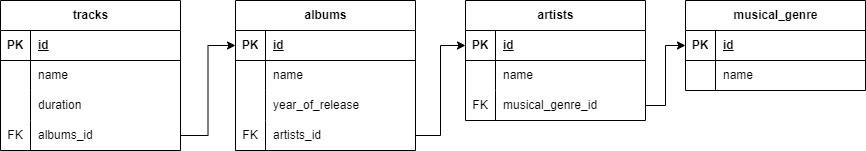
Before: Scheme_DB.drawio.png, a diagram exported from draw.io (AlGeNSoK/Scheme-DB). Source tidied: cells renumbered, new cells last; positions are measured from the earlier drawing's top-left corner, leaving out a move shared by most shapes.
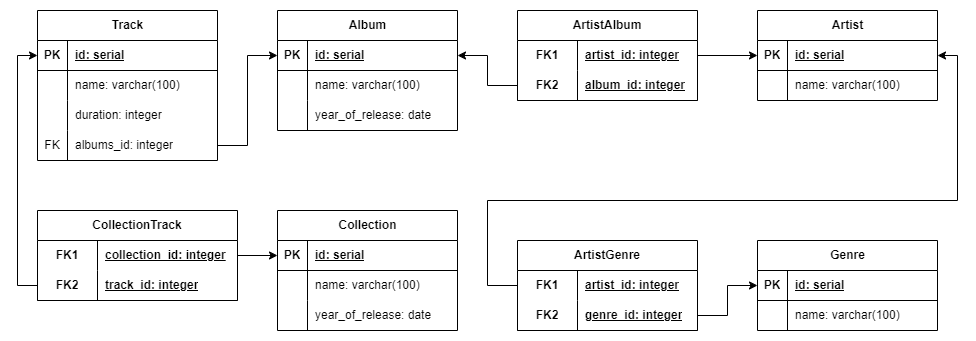
The same diagram one commit later.

Commit message:
Update scheme DB. Add sql script.

Diff of the diagram source:
```diff
@@ -4,4 +4,4 @@
     <mxCell id="1" parent="0" />
-    <mxCell id="2" value="musical_genre" style="shape=table;startSize=30;rowLines=0;fontStyle=1;align=center;html=1;" parent="1" vertex="1">
-      <mxGeometry x="685" width="180" height="90" as="geometry" />
+    <mxCell id="2" value="Genre" style="shape=table;startSize=30;rowLines=0;fontStyle=1;align=center;html=1;" parent="1" vertex="1">
+      <mxGeometry x="670" y="230" width="180" height="90" as="geometry" />
     </mxCell>
@@ -13,3 +13,3 @@
     </mxCell>
-    <mxCell id="5" value="id" style="shape=partialRectangle;fillColor=none;top=0;left=0;bottom=0;right=0;align=left;spacingLeft=6;fontStyle=5;overflow=hidden;whiteSpace=wrap;html=1;" parent="3" vertex="1">
+    <mxCell id="5" value="id: serial" style="shape=partialRectangle;fillColor=none;top=0;left=0;bottom=0;right=0;align=left;spacingLeft=6;fontStyle=5;overflow=hidden;whiteSpace=wrap;html=1;" parent="3" vertex="1">
       <mxGeometry x="30" width="150" height="30" as="geometry" />
@@ -22,7 +22,7 @@
     </mxCell>
-    <mxCell id="8" value="name" style="shape=partialRectangle;fillColor=none;top=0;left=0;bottom=0;right=0;align=left;spacingLeft=6;overflow=hidden;whiteSpace=wrap;html=1;" parent="6" vertex="1">
+    <mxCell id="8" value="name: varchar(100)" style="shape=partialRectangle;fillColor=none;top=0;left=0;bottom=0;right=0;align=left;spacingLeft=6;overflow=hidden;whiteSpace=wrap;html=1;" parent="6" vertex="1">
       <mxGeometry x="30" width="150" height="30" as="geometry" />
     </mxCell>
-    <mxCell id="9" value="artists" style="shape=table;startSize=30;rowLines=0;fontStyle=1;align=center;html=1;" parent="1" vertex="1">
-      <mxGeometry x="465" width="180" height="120" as="geometry" />
+    <mxCell id="9" value="Artist" style="shape=table;startSize=30;rowLines=0;fontStyle=1;align=center;html=1;" parent="1" vertex="1">
+      <mxGeometry x="670" width="180" height="90" as="geometry" />
     </mxCell>
@@ -34,3 +34,3 @@
     </mxCell>
-    <mxCell id="12" value="id" style="shape=partialRectangle;fillColor=none;top=0;left=0;bottom=0;right=0;align=left;spacingLeft=6;fontStyle=5;overflow=hidden;whiteSpace=wrap;html=1;" parent="10" vertex="1">
+    <mxCell id="12" value="id: serial" style="shape=partialRectangle;fillColor=none;top=0;left=0;bottom=0;right=0;align=left;spacingLeft=6;fontStyle=5;overflow=hidden;whiteSpace=wrap;html=1;" parent="10" vertex="1">
       <mxGeometry x="30" width="150" height="30" as="geometry" />
@@ -43,16 +43,7 @@
     </mxCell>
-    <mxCell id="15" value="name" style="shape=partialRectangle;fillColor=none;top=0;left=0;bottom=0;right=0;align=left;spacingLeft=6;overflow=hidden;whiteSpace=wrap;html=1;" parent="13" vertex="1">
+    <mxCell id="15" value="name: varchar(100)" style="shape=partialRectangle;fillColor=none;top=0;left=0;bottom=0;right=0;align=left;spacingLeft=6;overflow=hidden;whiteSpace=wrap;html=1;" parent="13" vertex="1">
       <mxGeometry x="30" width="150" height="30" as="geometry" />
     </mxCell>
-    <mxCell id="16" style="shape=tableRow;horizontal=0;startSize=0;swimlaneHead=0;swimlaneBody=0;fillColor=none;points=[[0,0.5],[1,0.5]];portConstraint=eastwest;top=0;left=0;right=0;bottom=0;" parent="9" vertex="1">
-      <mxGeometry y="90" width="180" height="30" as="geometry" />
-    </mxCell>
-    <mxCell id="17" value="FK" style="shape=partialRectangle;fillColor=none;top=0;left=0;bottom=0;right=0;overflow=hidden;whiteSpace=wrap;html=1;" parent="16" vertex="1">
-      <mxGeometry width="30" height="30" as="geometry" />
-    </mxCell>
-    <mxCell id="18" value="musical_genre_id" style="shape=partialRectangle;fillColor=none;top=0;left=0;bottom=0;right=0;align=left;spacingLeft=6;overflow=hidden;whiteSpace=wrap;html=1;" parent="16" vertex="1">
-      <mxGeometry x="30" width="150" height="30" as="geometry" />
-    </mxCell>
-    <mxCell id="19" value="tracks" style="shape=table;startSize=30;rowLines=0;fontStyle=1;align=center;html=1;" parent="1" vertex="1">
-      <mxGeometry width="180" height="150" as="geometry" />
+    <mxCell id="19" value="Track" style="shape=table;startSize=30;rowLines=0;fontStyle=1;align=center;html=1;" parent="1" vertex="1">
+      <mxGeometry x="-50" width="180" height="150" as="geometry" />
     </mxCell>
@@ -64,3 +55,3 @@
     </mxCell>
-    <mxCell id="22" value="id" style="shape=partialRectangle;fillColor=none;top=0;left=0;bottom=0;right=0;align=left;spacingLeft=6;fontStyle=5;overflow=hidden;whiteSpace=wrap;html=1;" parent="20" vertex="1">
+    <mxCell id="22" value="id: serial" style="shape=partialRectangle;fillColor=none;top=0;left=0;bottom=0;right=0;align=left;spacingLeft=6;fontStyle=5;overflow=hidden;whiteSpace=wrap;html=1;" parent="20" vertex="1">
       <mxGeometry x="30" width="150" height="30" as="geometry" />
@@ -73,3 +64,3 @@
     </mxCell>
-    <mxCell id="25" value="name" style="shape=partialRectangle;fillColor=none;top=0;left=0;bottom=0;right=0;align=left;spacingLeft=6;overflow=hidden;whiteSpace=wrap;html=1;" parent="23" vertex="1">
+    <mxCell id="25" value="name: varchar(100)" style="shape=partialRectangle;fillColor=none;top=0;left=0;bottom=0;right=0;align=left;spacingLeft=6;overflow=hidden;whiteSpace=wrap;html=1;" parent="23" vertex="1">
       <mxGeometry x="30" width="150" height="30" as="geometry" />
@@ -82,3 +73,3 @@
     </mxCell>
-    <mxCell id="28" value="duration" style="shape=partialRectangle;fillColor=none;top=0;left=0;bottom=0;right=0;align=left;spacingLeft=6;overflow=hidden;whiteSpace=wrap;html=1;" parent="26" vertex="1">
+    <mxCell id="28" value="duration: integer" style="shape=partialRectangle;fillColor=none;top=0;left=0;bottom=0;right=0;align=left;spacingLeft=6;overflow=hidden;whiteSpace=wrap;html=1;" parent="26" vertex="1">
       <mxGeometry x="30" width="150" height="30" as="geometry" />
@@ -91,7 +82,7 @@
     </mxCell>
-    <mxCell id="31" value="albums_id" style="shape=partialRectangle;fillColor=none;top=0;left=0;bottom=0;right=0;align=left;spacingLeft=6;overflow=hidden;whiteSpace=wrap;html=1;" parent="29" vertex="1">
+    <mxCell id="31" value="albums_id: integer" style="shape=partialRectangle;fillColor=none;top=0;left=0;bottom=0;right=0;align=left;spacingLeft=6;overflow=hidden;whiteSpace=wrap;html=1;" parent="29" vertex="1">
       <mxGeometry x="30" width="150" height="30" as="geometry" />
     </mxCell>
-    <mxCell id="32" value="albums" style="shape=table;startSize=30;rowLines=0;fontStyle=1;align=center;html=1;" parent="1" vertex="1">
-      <mxGeometry x="235" width="180" height="150" as="geometry" />
+    <mxCell id="32" value="Album" style="shape=table;startSize=30;rowLines=0;fontStyle=1;align=center;html=1;" parent="1" vertex="1">
+      <mxGeometry x="190" width="180" height="120" as="geometry" />
     </mxCell>
@@ -103,3 +94,3 @@
     </mxCell>
-    <mxCell id="35" value="id" style="shape=partialRectangle;fillColor=none;top=0;left=0;bottom=0;right=0;align=left;spacingLeft=6;fontStyle=5;overflow=hidden;whiteSpace=wrap;html=1;" parent="33" vertex="1">
+    <mxCell id="35" value="id: serial" style="shape=partialRectangle;fillColor=none;top=0;left=0;bottom=0;right=0;align=left;spacingLeft=6;fontStyle=5;overflow=hidden;whiteSpace=wrap;html=1;" parent="33" vertex="1">
       <mxGeometry x="30" width="150" height="30" as="geometry" />
@@ -112,3 +103,3 @@
     </mxCell>
-    <mxCell id="38" value="name" style="shape=partialRectangle;fillColor=none;top=0;left=0;bottom=0;right=0;align=left;spacingLeft=6;overflow=hidden;whiteSpace=wrap;html=1;" parent="36" vertex="1">
+    <mxCell id="38" value="name: varchar(100)" style="shape=partialRectangle;fillColor=none;top=0;left=0;bottom=0;right=0;align=left;spacingLeft=6;overflow=hidden;whiteSpace=wrap;html=1;" parent="36" vertex="1">
       <mxGeometry x="30" width="150" height="30" as="geometry" />
@@ -121,20 +112,5 @@
     </mxCell>
-    <mxCell id="41" value="year_of_release" style="shape=partialRectangle;fillColor=none;top=0;left=0;bottom=0;right=0;align=left;spacingLeft=6;overflow=hidden;whiteSpace=wrap;html=1;" parent="39" vertex="1">
+    <mxCell id="41" value="year_of_release: date" style="shape=partialRectangle;fillColor=none;top=0;left=0;bottom=0;right=0;align=left;spacingLeft=6;overflow=hidden;whiteSpace=wrap;html=1;" parent="39" vertex="1">
       <mxGeometry x="30" width="150" height="30" as="geometry" />
     </mxCell>
-    <mxCell id="42" style="shape=tableRow;horizontal=0;startSize=0;swimlaneHead=0;swimlaneBody=0;fillColor=none;points=[[0,0.5],[1,0.5]];portConstraint=eastwest;top=0;left=0;right=0;bottom=0;" parent="32" vertex="1">
-      <mxGeometry y="120" width="180" height="30" as="geometry" />
-    </mxCell>
-    <mxCell id="43" value="FK" style="shape=partialRectangle;fillColor=none;top=0;left=0;bottom=0;right=0;overflow=hidden;whiteSpace=wrap;html=1;" parent="42" vertex="1">
-      <mxGeometry width="30" height="30" as="geometry" />
-    </mxCell>
-    <mxCell id="44" value="artists_id" style="shape=partialRectangle;fillColor=none;top=0;left=0;bottom=0;right=0;align=left;spacingLeft=6;overflow=hidden;whiteSpace=wrap;html=1;" parent="42" vertex="1">
-      <mxGeometry x="30" width="150" height="30" as="geometry" />
-    </mxCell>
-    <mxCell id="45" style="edgeStyle=orthogonalEdgeStyle;rounded=0;jettySize=auto;html=1;exitX=1;exitY=0.5;exitDx=0;exitDy=0;entryX=0;entryY=0.5;entryDx=0;entryDy=0;" parent="1" edge="1" source="16" target="3">
-      <mxGeometry relative="1" as="geometry" />
-    </mxCell>
-    <mxCell id="46" style="edgeStyle=orthogonalEdgeStyle;rounded=0;jettySize=auto;html=1;exitX=1;exitY=0.5;exitDx=0;exitDy=0;entryX=0;entryY=0.5;entryDx=0;entryDy=0;" parent="1" edge="1" source="42" target="10">
-      <mxGeometry relative="1" as="geometry" />
-    </mxCell>
     <mxCell id="47" style="edgeStyle=orthogonalEdgeStyle;rounded=0;jettySize=auto;html=1;exitX=1;exitY=0.5;exitDx=0;exitDy=0;entryX=0;entryY=0.5;entryDx=0;entryDy=0;" parent="1" edge="1" source="29" target="33">
@@ -142,2 +118,120 @@
     </mxCell>
+    <mxCell id="48" value="ArtistAlbum" style="shape=table;startSize=30;rowLines=0;fontStyle=1;align=center;html=1;whiteSpace=wrap;" parent="1" vertex="1">
+      <mxGeometry x="430" width="180" height="90" as="geometry" />
+    </mxCell>
+    <mxCell id="49" style="shape=tableRow;horizontal=0;startSize=0;swimlaneHead=0;swimlaneBody=0;fillColor=none;points=[[0,0.5],[1,0.5]];portConstraint=eastwest;top=0;left=0;right=0;bottom=0;html=1;" parent="48" vertex="1">
+      <mxGeometry y="30" width="180" height="30" as="geometry" />
+    </mxCell>
+    <mxCell id="50" value="FK1" style="shape=partialRectangle;fillColor=none;top=0;left=0;bottom=0;right=0;fontStyle=1;overflow=hidden;html=1;whiteSpace=wrap;" parent="49" vertex="1">
+      <mxGeometry width="60" height="30" as="geometry" />
+    </mxCell>
+    <mxCell id="51" value="artist_id: integer" style="shape=partialRectangle;fillColor=none;top=0;left=0;bottom=0;right=0;align=left;spacingLeft=6;fontStyle=5;overflow=hidden;html=1;whiteSpace=wrap;" parent="49" vertex="1">
+      <mxGeometry x="60" width="120" height="30" as="geometry" />
+    </mxCell>
+    <mxCell id="52" style="shape=tableRow;horizontal=0;startSize=0;swimlaneHead=0;swimlaneBody=0;fillColor=none;points=[[0,0.5],[1,0.5]];portConstraint=eastwest;top=0;left=0;right=0;bottom=1;html=1;" parent="48" vertex="1">
+      <mxGeometry y="60" width="180" height="30" as="geometry" />
+    </mxCell>
+    <mxCell id="53" value="FK2" style="shape=partialRectangle;fillColor=none;top=0;left=0;bottom=0;right=0;fontStyle=1;overflow=hidden;html=1;whiteSpace=wrap;" parent="52" vertex="1">
+      <mxGeometry width="60" height="30" as="geometry" />
+    </mxCell>
+    <mxCell id="54" value="album_id: integer" style="shape=partialRectangle;fillColor=none;top=0;left=0;bottom=0;right=0;align=left;spacingLeft=6;fontStyle=5;overflow=hidden;html=1;whiteSpace=wrap;" parent="52" vertex="1">
+      <mxGeometry x="60" width="120" height="30" as="geometry" />
+    </mxCell>
+    <mxCell id="55" style="edgeStyle=orthogonalEdgeStyle;rounded=0;jettySize=auto;html=1;exitX=0;exitY=0.5;exitDx=0;exitDy=0;entryX=1;entryY=0.5;entryDx=0;entryDy=0;" parent="1" edge="1" source="52" target="33">
+      <mxGeometry relative="1" as="geometry" />
+    </mxCell>
+    <mxCell id="56" style="edgeStyle=orthogonalEdgeStyle;rounded=0;jettySize=auto;html=1;exitX=1;exitY=0.5;exitDx=0;exitDy=0;entryX=0;entryY=0.5;entryDx=0;entryDy=0;" parent="1" edge="1" source="49" target="10">
+      <mxGeometry relative="1" as="geometry" />
+    </mxCell>
+    <mxCell id="57" value="ArtistGenre" style="shape=table;startSize=30;rowLines=0;fontStyle=1;align=center;html=1;whiteSpace=wrap;" parent="1" vertex="1">
+      <mxGeometry x="430" y="230" width="180" height="90" as="geometry" />
+    </mxCell>
+    <mxCell id="58" style="shape=tableRow;horizontal=0;startSize=0;swimlaneHead=0;swimlaneBody=0;fillColor=none;points=[[0,0.5],[1,0.5]];portConstraint=eastwest;top=0;left=0;right=0;bottom=0;html=1;" parent="57" vertex="1">
+      <mxGeometry y="30" width="180" height="30" as="geometry" />
+    </mxCell>
+    <mxCell id="59" value="FK1" style="shape=partialRectangle;fillColor=none;top=0;left=0;bottom=0;right=0;fontStyle=1;overflow=hidden;html=1;whiteSpace=wrap;" parent="58" vertex="1">
+      <mxGeometry width="60" height="30" as="geometry" />
+    </mxCell>
+    <mxCell id="60" value="artist_id: integer" style="shape=partialRectangle;fillColor=none;top=0;left=0;bottom=0;right=0;align=left;spacingLeft=6;fontStyle=5;overflow=hidden;html=1;whiteSpace=wrap;" parent="58" vertex="1">
+      <mxGeometry x="60" width="120" height="30" as="geometry" />
+    </mxCell>
+    <mxCell id="61" style="shape=tableRow;horizontal=0;startSize=0;swimlaneHead=0;swimlaneBody=0;fillColor=none;points=[[0,0.5],[1,0.5]];portConstraint=eastwest;top=0;left=0;right=0;bottom=1;html=1;" parent="57" vertex="1">
+      <mxGeometry y="60" width="180" height="30" as="geometry" />
+    </mxCell>
+    <mxCell id="62" value="FK2" style="shape=partialRectangle;fillColor=none;top=0;left=0;bottom=0;right=0;fontStyle=1;overflow=hidden;html=1;whiteSpace=wrap;" parent="61" vertex="1">
+      <mxGeometry width="60" height="30" as="geometry" />
+    </mxCell>
+    <mxCell id="63" value="genre_id: integer" style="shape=partialRectangle;fillColor=none;top=0;left=0;bottom=0;right=0;align=left;spacingLeft=6;fontStyle=5;overflow=hidden;html=1;whiteSpace=wrap;" parent="61" vertex="1">
+      <mxGeometry x="60" width="120" height="30" as="geometry" />
+    </mxCell>
+    <mxCell id="64" style="edgeStyle=orthogonalEdgeStyle;rounded=0;jettySize=auto;html=1;exitX=1;exitY=0.5;exitDx=0;exitDy=0;entryX=0;entryY=0.5;entryDx=0;entryDy=0;" parent="1" edge="1" source="61" target="3">
+      <mxGeometry relative="1" as="geometry" />
+    </mxCell>
+    <mxCell id="65" style="edgeStyle=orthogonalEdgeStyle;rounded=0;jettySize=auto;html=1;exitX=0;exitY=0.5;exitDx=0;exitDy=0;entryX=1;entryY=0.5;entryDx=0;entryDy=0;" parent="1" edge="1" source="58" target="10">
+      <mxGeometry relative="1" as="geometry">
+        <Array as="points">
+          <mxPoint x="400" y="275" />
+          <mxPoint x="400" y="190" />
+          <mxPoint x="870" y="190" />
+          <mxPoint x="870" y="45" />
+        </Array>
+      </mxGeometry>
+    </mxCell>
+    <mxCell id="66" value="Collection" style="shape=table;startSize=30;rowLines=0;fontStyle=1;align=center;html=1;" parent="1" vertex="1">
+      <mxGeometry x="190" y="200" width="180" height="120" as="geometry" />
+    </mxCell>
+    <mxCell id="67" style="shape=tableRow;horizontal=0;startSize=0;swimlaneHead=0;swimlaneBody=0;fillColor=none;points=[[0,0.5],[1,0.5]];portConstraint=eastwest;top=0;left=0;right=0;bottom=1;" parent="66" vertex="1">
+      <mxGeometry y="30" width="180" height="30" as="geometry" />
+    </mxCell>
+    <mxCell id="68" value="PK" style="shape=partialRectangle;fillColor=none;top=0;left=0;bottom=0;right=0;fontStyle=1;overflow=hidden;whiteSpace=wrap;html=1;" parent="67" vertex="1">
+      <mxGeometry width="30" height="30" as="geometry" />
+    </mxCell>
+    <mxCell id="69" value="id: serial" style="shape=partialRectangle;fillColor=none;top=0;left=0;bottom=0;right=0;align=left;spacingLeft=6;fontStyle=5;overflow=hidden;whiteSpace=wrap;html=1;" parent="67" vertex="1">
+      <mxGeometry x="30" width="150" height="30" as="geometry" />
+    </mxCell>
+    <mxCell id="70" style="shape=tableRow;horizontal=0;startSize=0;swimlaneHead=0;swimlaneBody=0;fillColor=none;top=0;left=0;right=0;bottom=0;" parent="66" vertex="1">
+      <mxGeometry y="60" width="180" height="30" as="geometry" />
+    </mxCell>
+    <mxCell id="71" style="shape=partialRectangle;fillColor=none;top=0;left=0;bottom=0;right=0;overflow=hidden;whiteSpace=wrap;html=1;" parent="70" vertex="1">
+      <mxGeometry width="30" height="30" as="geometry" />
+    </mxCell>
+    <mxCell id="72" value="name: varchar(100)" style="shape=partialRectangle;fillColor=none;top=0;left=0;bottom=0;right=0;align=left;spacingLeft=6;overflow=hidden;whiteSpace=wrap;html=1;" parent="70" vertex="1">
+      <mxGeometry x="30" width="150" height="30" as="geometry" />
+    </mxCell>
+    <mxCell id="16" style="shape=tableRow;horizontal=0;startSize=0;swimlaneHead=0;swimlaneBody=0;fillColor=none;points=[[0,0.5],[1,0.5]];portConstraint=eastwest;top=0;left=0;right=0;bottom=0;" parent="66" vertex="1">
+      <mxGeometry y="90" width="180" height="30" as="geometry" />
+    </mxCell>
+    <mxCell id="73" style="shape=partialRectangle;fillColor=none;top=0;left=0;bottom=0;right=0;overflow=hidden;whiteSpace=wrap;html=1;" parent="16" vertex="1">
+      <mxGeometry width="30" height="30" as="geometry" />
+    </mxCell>
+    <mxCell id="74" value="year_of_release: date" style="shape=partialRectangle;fillColor=none;top=0;left=0;bottom=0;right=0;align=left;spacingLeft=6;overflow=hidden;whiteSpace=wrap;html=1;" parent="16" vertex="1">
+      <mxGeometry x="30" width="150" height="30" as="geometry" />
+    </mxCell>
+    <mxCell id="75" value="CollectionTrack" style="shape=table;startSize=30;rowLines=0;fontStyle=1;align=center;html=1;whiteSpace=wrap;" parent="1" vertex="1">
+      <mxGeometry x="-50" y="200" width="200" height="90" as="geometry" />
+    </mxCell>
+    <mxCell id="76" style="shape=tableRow;horizontal=0;startSize=0;swimlaneHead=0;swimlaneBody=0;fillColor=none;points=[[0,0.5],[1,0.5]];portConstraint=eastwest;top=0;left=0;right=0;bottom=0;html=1;" parent="75" vertex="1">
+      <mxGeometry y="30" width="200" height="30" as="geometry" />
+    </mxCell>
+    <mxCell id="77" value="FK1" style="shape=partialRectangle;fillColor=none;top=0;left=0;bottom=0;right=0;fontStyle=1;overflow=hidden;html=1;whiteSpace=wrap;" parent="76" vertex="1">
+      <mxGeometry width="60" height="30" as="geometry" />
+    </mxCell>
+    <mxCell id="78" value="collection_id: integer" style="shape=partialRectangle;fillColor=none;top=0;left=0;bottom=0;right=0;align=left;spacingLeft=6;fontStyle=5;overflow=hidden;html=1;whiteSpace=wrap;" parent="76" vertex="1">
+      <mxGeometry x="60" width="140" height="30" as="geometry" />
+    </mxCell>
+    <mxCell id="79" style="shape=tableRow;horizontal=0;startSize=0;swimlaneHead=0;swimlaneBody=0;fillColor=none;points=[[0,0.5],[1,0.5]];portConstraint=eastwest;top=0;left=0;right=0;bottom=1;html=1;" parent="75" vertex="1">
+      <mxGeometry y="60" width="200" height="30" as="geometry" />
+    </mxCell>
+    <mxCell id="80" value="FK2" style="shape=partialRectangle;fillColor=none;top=0;left=0;bottom=0;right=0;fontStyle=1;overflow=hidden;html=1;whiteSpace=wrap;" parent="79" vertex="1">
+      <mxGeometry width="60" height="30" as="geometry" />
+    </mxCell>
+    <mxCell id="81" value="track_id: integer" style="shape=partialRectangle;fillColor=none;top=0;left=0;bottom=0;right=0;align=left;spacingLeft=6;fontStyle=5;overflow=hidden;html=1;whiteSpace=wrap;" parent="79" vertex="1">
+      <mxGeometry x="60" width="140" height="30" as="geometry" />
+    </mxCell>
+    <mxCell id="82" style="edgeStyle=orthogonalEdgeStyle;rounded=0;jettySize=auto;html=1;exitX=1;exitY=0.5;exitDx=0;exitDy=0;entryX=0;entryY=0.5;entryDx=0;entryDy=0;" parent="1" edge="1" source="76" target="67">
+      <mxGeometry relative="1" as="geometry" />
+    </mxCell>
+    <mxCell id="83" style="edgeStyle=orthogonalEdgeStyle;rounded=0;jettySize=auto;html=1;exitX=0;exitY=0.5;exitDx=0;exitDy=0;entryX=0;entryY=0.5;entryDx=0;entryDy=0;" parent="1" edge="1" source="79" target="20">
+      <mxGeometry relative="1" as="geometry" />
+    </mxCell>
   </root>
```
